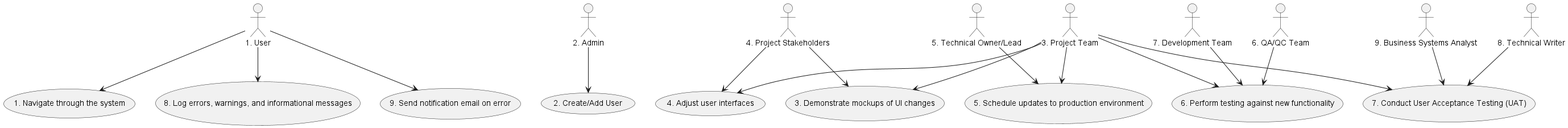
energyperformer/Automating-Software-Design-Process-using-LLM keeps this PlantUML diagram as Data/processed/2010 - blit draft_use_case_diagram.png. Above is the earlier version. The source it was exported from:
```plantuml
@startuml

actor User as "1. User"
actor Admin as "2. Admin"
actor ProjectTeam as "3. Project Team"
actor ProjectStakeholders as "4. Project Stakeholders"
actor TechnicalOwnerLead as "5. Technical Owner/Lead"
actor QAQCTeam as "6. QA/QC Team"
actor DevelopmentTeam as "7. Development Team"
actor TechnicalWriter as "8. Technical Writer"
actor BusinessSystemsAnalyst as "9. Business Systems Analyst"

usecase NavigateThroughSystem as "1. Navigate through the system"
usecase CreateAddUser as "2. Create/Add User"
usecase DemonstrateMockupsUIChanges as "3. Demonstrate mockups of UI changes"
usecase AdjustUserInterfaces as "4. Adjust user interfaces"
usecase ScheduleUpdatesProdEnvironment as "5. Schedule updates to production environment"
usecase PerformTestingNewFunctionality as "6. Perform testing against new functionality"
usecase ConductUAT as "7. Conduct User Acceptance Testing (UAT)"
usecase LogErrorsWarnings as "8. Log errors, warnings, and informational messages"
usecase SendNotificationEmailError as "9. Send notification email on error"

User --> NavigateThroughSystem
User --> LogErrorsWarnings
User --> SendNotificationEmailError

Admin --> CreateAddUser

ProjectTeam --> DemonstrateMockupsUIChanges
ProjectTeam --> AdjustUserInterfaces
ProjectTeam --> ScheduleUpdatesProdEnvironment
ProjectTeam --> PerformTestingNewFunctionality
ProjectTeam --> ConductUAT

ProjectStakeholders --> DemonstrateMockupsUIChanges
ProjectStakeholders --> AdjustUserInterfaces

TechnicalOwnerLead --> ScheduleUpdatesProdEnvironment

QAQCTeam --> PerformTestingNewFunctionality

DevelopmentTeam --> PerformTestingNewFunctionality

TechnicalWriter --> ConductUAT

BusinessSystemsAnalyst --> ConductUAT

@enduml
```
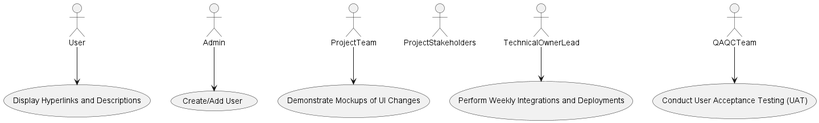
Above is the later version.

Diff of the diagram source:
```diff
@@ -1,48 +1,20 @@
 @startuml
+actor User
+actor Admin
+actor ProjectTeam
+actor ProjectStakeholders
+actor TechnicalOwnerLead
+actor QAQCTeam
 
-actor User as "1. User"
-actor Admin as "2. Admin"
-actor ProjectTeam as "3. Project Team"
-actor ProjectStakeholders as "4. Project Stakeholders"
-actor TechnicalOwnerLead as "5. Technical Owner/Lead"
-actor QAQCTeam as "6. QA/QC Team"
-actor DevelopmentTeam as "7. Development Team"
-actor TechnicalWriter as "8. Technical Writer"
-actor BusinessSystemsAnalyst as "9. Business Systems Analyst"
+usecase "Display Hyperlinks and Descriptions" as UC1
+usecase "Create/Add User" as UC2
+usecase "Demonstrate Mockups of UI Changes" as UC3
+usecase "Conduct User Acceptance Testing (UAT)" as UC4
+usecase "Perform Weekly Integrations and Deployments" as UC5
 
-usecase NavigateThroughSystem as "1. Navigate through the system"
-usecase CreateAddUser as "2. Create/Add User"
-usecase DemonstrateMockupsUIChanges as "3. Demonstrate mockups of UI changes"
-usecase AdjustUserInterfaces as "4. Adjust user interfaces"
-usecase ScheduleUpdatesProdEnvironment as "5. Schedule updates to production environment"
-usecase PerformTestingNewFunctionality as "6. Perform testing against new functionality"
-usecase ConductUAT as "7. Conduct User Acceptance Testing (UAT)"
-usecase LogErrorsWarnings as "8. Log errors, warnings, and informational messages"
-usecase SendNotificationEmailError as "9. Send notification email on error"
-
-User --> NavigateThroughSystem
-User --> LogErrorsWarnings
-User --> SendNotificationEmailError
-
-Admin --> CreateAddUser
-
-ProjectTeam --> DemonstrateMockupsUIChanges
-ProjectTeam --> AdjustUserInterfaces
-ProjectTeam --> ScheduleUpdatesProdEnvironment
-ProjectTeam --> PerformTestingNewFunctionality
-ProjectTeam --> ConductUAT
-
-ProjectStakeholders --> DemonstrateMockupsUIChanges
-ProjectStakeholders --> AdjustUserInterfaces
-
-TechnicalOwnerLead --> ScheduleUpdatesProdEnvironment
-
-QAQCTeam --> PerformTestingNewFunctionality
-
-DevelopmentTeam --> PerformTestingNewFunctionality
-
-TechnicalWriter --> ConductUAT
-
-BusinessSystemsAnalyst --> ConductUAT
-
+User --> UC1
+Admin --> UC2
+ProjectTeam --> UC3
+QAQCTeam --> UC4
+TechnicalOwnerLead --> UC5
 @enduml
```
